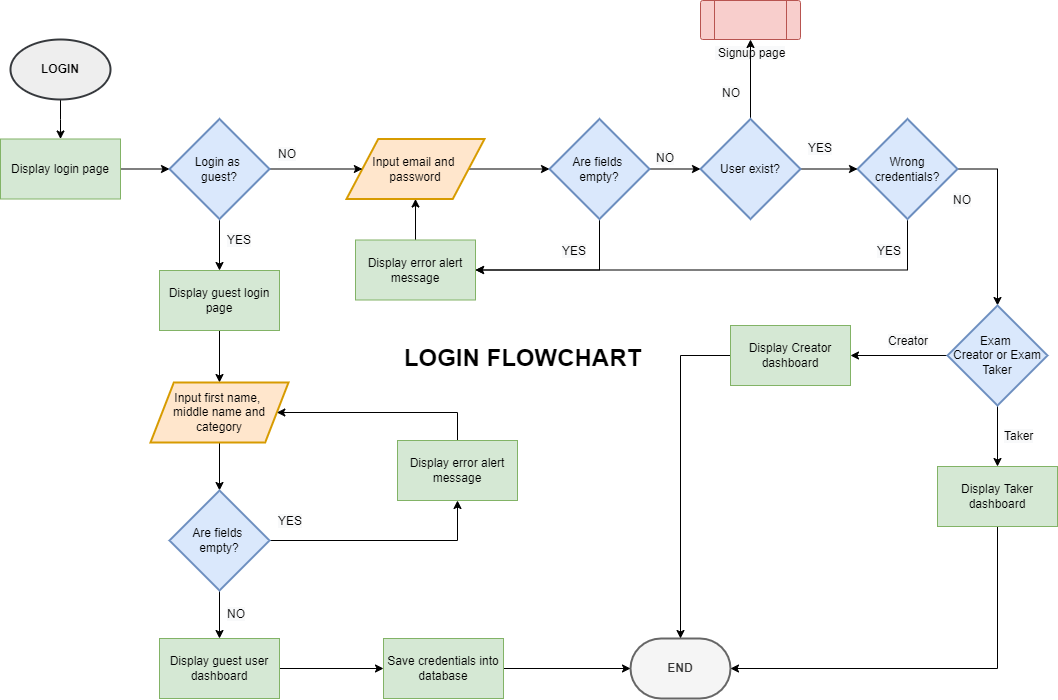
walteribloguintoledo/PUP2022 keeps this draw.io diagram as Gallardo/OnlineExam/online exam flowcharts/Online exam flowchart-LOGIN FLOWCHART.drawio.png. Above is the earlier version. Source tidied: cells renumbered, new cells last; positions are measured from the earlier drawing's top-left corner, leaving out a move shared by most shapes.
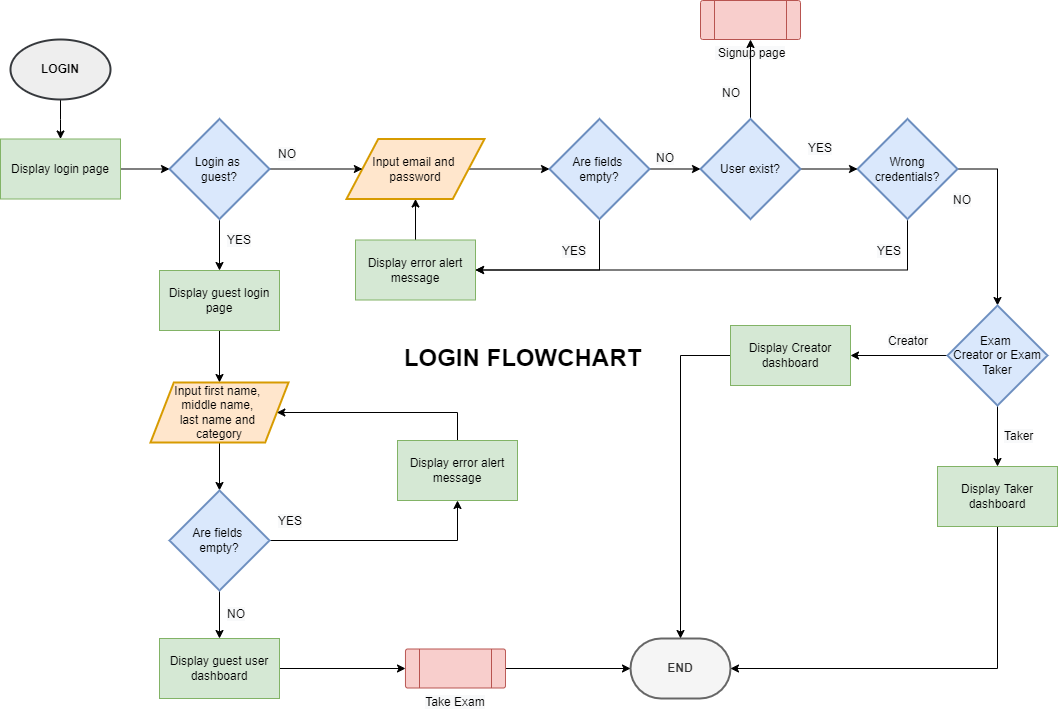
The same diagram one commit later.

Change to the diagram source:
```diff
@@ -29,9 +29,9 @@
     <mxCell id="10" value="Are fields &lt;br&gt;empty?" style="strokeWidth=2;html=1;shape=mxgraph.flowchart.decision;whiteSpace=wrap;fontStyle=0;fillColor=#dae8fc;strokeColor=#6c8ebf;" parent="1" vertex="1">
       <mxGeometry x="549" y="118.5" width="100" height="100" as="geometry" />
     </mxCell>
-    <mxCell id="11" style="edgeStyle=orthogonalEdgeStyle;rounded=0;jettySize=auto;html=1;" parent="1" edge="1" source="12" target="56">
-      <mxGeometry relative="1" as="geometry" />
-    </mxCell>
+    <mxCell id="57" style="edgeStyle=orthogonalEdgeStyle;rounded=0;jettySize=auto;html=1;" parent="1" edge="1" source="12" target="58">
+      <mxGeometry relative="1" as="geometry" />
+    </mxCell>
     <mxCell id="12" value="Display guest user dashboard" style="rounded=0;whiteSpace=wrap;html=1;fontStyle=0;fillColor=#d5e8d4;strokeColor=#82b366;" parent="1" vertex="1">
       <mxGeometry x="159" y="638" width="120" height="60" as="geometry" />
     </mxCell>
@@ -100,7 +100,7 @@
     <mxCell id="32" style="edgeStyle=orthogonalEdgeStyle;rounded=0;jettySize=auto;html=1;" parent="1" edge="1" source="33" target="36">
       <mxGeometry relative="1" as="geometry" />
     </mxCell>
-    <mxCell id="33" value="Input first name, &lt;br&gt;middle name and category" style="shape=parallelogram;html=1;strokeWidth=2;perimeter=parallelogramPerimeter;whiteSpace=wrap;rounded=1;arcSize=0;size=0.16903816839182648;fontStyle=0;fillColor=#ffe6cc;strokeColor=#d79b00;" parent="1" vertex="1">
+    <mxCell id="33" value="Input first name, &lt;br&gt;middle name, &lt;br&gt;last name and &lt;br&gt;category" style="shape=parallelogram;html=1;strokeWidth=2;perimeter=parallelogramPerimeter;whiteSpace=wrap;rounded=1;arcSize=0;size=0.16903816839182648;fontStyle=0;fillColor=#ffe6cc;strokeColor=#d79b00;" parent="1" vertex="1">
       <mxGeometry x="150" y="382" width="138" height="60" as="geometry" />
     </mxCell>
     <mxCell id="34" style="edgeStyle=orthogonalEdgeStyle;rounded=0;jettySize=auto;html=1;" parent="1" edge="1" source="36" target="12">
@@ -170,11 +170,11 @@
     <mxCell id="54" value="&lt;span style=&quot;color: rgb(0, 0, 0); font-family: Helvetica; font-size: 12px; font-style: normal; font-variant-ligatures: normal; font-variant-caps: normal; letter-spacing: normal; orphans: 2; text-align: center; text-indent: 0px; text-transform: none; widows: 2; word-spacing: 0px; -webkit-text-stroke-width: 0px; background-color: rgb(248, 249, 250); text-decoration-thickness: initial; text-decoration-style: initial; text-decoration-color: initial; float: none; display: inline !important;&quot;&gt;Taker&lt;/span&gt;" style="text;whiteSpace=wrap;html=1;fontStyle=0;" parent="1" vertex="1">
       <mxGeometry x="1002" y="422" width="25" height="28" as="geometry" />
     </mxCell>
-    <mxCell id="55" style="edgeStyle=orthogonalEdgeStyle;rounded=0;jettySize=auto;html=1;" parent="1" edge="1" source="56" target="19">
+    <mxCell id="55" style="edgeStyle=orthogonalEdgeStyle;rounded=0;jettySize=auto;html=1;exitX=1;exitY=0.5;exitDx=0;exitDy=0;" parent="1" edge="1" source="58" target="19">
       <mxGeometry relative="1" as="geometry" />
     </mxCell>
-    <mxCell id="56" value="Save credentials into database" style="rounded=0;whiteSpace=wrap;html=1;fontStyle=0;fillColor=#d5e8d4;strokeColor=#82b366;" parent="1" vertex="1">
-      <mxGeometry x="383" y="638" width="120" height="60" as="geometry" />
-    </mxCell>
+    <mxCell id="58" value="&lt;span style=&quot;color: rgb(0, 0, 0); font-family: Helvetica; font-size: 12px; font-style: normal; font-variant-ligatures: normal; font-variant-caps: normal; letter-spacing: normal; orphans: 2; text-align: center; text-indent: 0px; text-transform: none; widows: 2; word-spacing: 0px; -webkit-text-stroke-width: 0px; background-color: rgb(248, 249, 250); text-decoration-thickness: initial; text-decoration-style: initial; text-decoration-color: initial; float: none; display: inline !important;&quot;&gt;Take Exam&lt;br&gt;&lt;br&gt;&lt;/span&gt;" style="verticalLabelPosition=bottom;verticalAlign=top;html=1;shape=process;whiteSpace=wrap;rounded=1;size=0.14;arcSize=6;fillColor=#f8cecc;strokeColor=#b85450;fontStyle=0;" parent="1" vertex="1">
+      <mxGeometry x="405" y="648.5" width="100" height="39" as="geometry" />
+    </mxCell>
   </root>
 </mxGraphModel>
```
